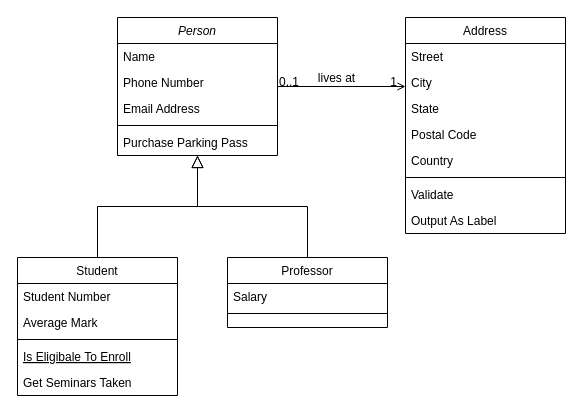
The draw.io diagram Untitled Diagram.drawio in Izzzarifah/Week2ClassDiagram, before the edit. Source tidied: cells renumbered, new cells numbered last; positions are measured from the earlier drawing's top-left corner, leaving out a move shared by most shapes. Both pictures are drawn from the tidied source at 100%, with x=0, y=0 at pixel (17, 17).
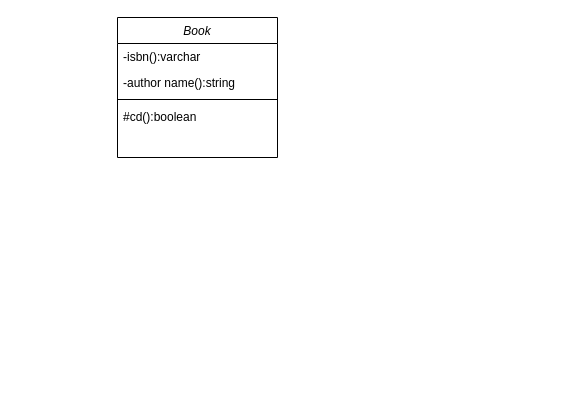
The same page after the edit.

Change to the diagram source:
```diff
@@
-    <mxCell id="2" value="Person" style="swimlane;fontStyle=2;align=center;verticalAlign=top;horizontal=1;startSize=26;rounded=0;shadow=0;strokeWidth=1;" parent="1" vertex="1">
-      <mxGeometry x="100" width="160" height="138" as="geometry" />
+    <mxCell id="2" value="Book" style="swimlane;fontStyle=2;align=center;verticalAlign=top;horizontal=1;startSize=26;rounded=0;shadow=0;strokeWidth=1;" parent="1" vertex="1">
+      <mxGeometry x="100" width="160" height="140" as="geometry" />
     </mxCell>
-    <mxCell id="3" value="Name" style="text;align=left;verticalAlign=top;spacingLeft=4;spacingRight=4;overflow=hidden;" parent="2" vertex="1">
+    <mxCell id="3" value="-isbn():varchar" style="text;align=left;verticalAlign=top;spacingLeft=4;spacingRight=4;overflow=hidden;" parent="2" vertex="1">
       <mxGeometry y="26" width="160" height="26" as="geometry" />
     </mxCell>
-    <mxCell id="4" value="Phone Number" style="text;align=left;verticalAlign=top;spacingLeft=4;spacingRight=4;overflow=hidden;rounded=0;shadow=0;html=0;" parent="2" vertex="1">
+    <mxCell id="4" value="-author name():string" style="text;align=left;verticalAlign=top;spacingLeft=4;spacingRight=4;overflow=hidden;rounded=0;shadow=0;html=0;" parent="2" vertex="1">
       <mxGeometry y="52" width="160" height="26" as="geometry" />
     </mxCell>
+    <mxCell id="6" style="line;html=1;strokeWidth=1;align=left;verticalAlign=middle;spacingTop=-1;spacingLeft=3;spacingRight=3;labelPosition=right;" parent="2" vertex="1">
+      <mxGeometry y="78" width="160" height="8" as="geometry" />
+    </mxCell>
-    <mxCell id="5" value="Email Address" style="text;align=left;verticalAlign=top;spacingLeft=4;spacingRight=4;overflow=hidden;rounded=0;shadow=0;html=0;" parent="2" vertex="1">
-      <mxGeometry y="78" width="160" height="26" as="geometry" />
+    <mxCell id="5" value="#cd():boolean" style="text;align=left;verticalAlign=top;spacingLeft=4;spacingRight=4;overflow=hidden;rounded=0;shadow=0;html=0;" parent="2" vertex="1">
+      <mxGeometry y="86" width="160" height="26" as="geometry" />
     </mxCell>
-    <mxCell id="6" style="line;html=1;strokeWidth=1;align=left;verticalAlign=middle;spacingTop=-1;spacingLeft=3;spacingRight=3;labelPosition=right;" parent="2" vertex="1">
-      <mxGeometry y="104" width="160" height="8" as="geometry" />
-    </mxCell>
-    <mxCell id="7" value="Purchase Parking Pass" style="text;align=left;verticalAlign=top;spacingLeft=4;spacingRight=4;overflow=hidden;" parent="2" vertex="1">
-      <mxGeometry y="112" width="160" height="26" as="geometry" />
-    </mxCell>
-    <mxCell id="8" value="Student" style="swimlane;fontStyle=0;align=center;verticalAlign=top;horizontal=1;startSize=26;rounded=0;shadow=0;strokeWidth=1;" parent="1" vertex="1">
-      <mxGeometry y="240" width="160" height="138" as="geometry" />
-    </mxCell>
-    <mxCell id="9" value="Student Number" style="text;align=left;verticalAlign=top;spacingLeft=4;spacingRight=4;overflow=hidden;" parent="8" vertex="1">
-      <mxGeometry y="26" width="160" height="26" as="geometry" />
-    </mxCell>
-    <mxCell id="10" value="Average Mark" style="text;align=left;verticalAlign=top;spacingLeft=4;spacingRight=4;overflow=hidden;rounded=0;shadow=0;html=0;" parent="8" vertex="1">
-      <mxGeometry y="52" width="160" height="26" as="geometry" />
-    </mxCell>
-    <mxCell id="11" style="line;html=1;strokeWidth=1;align=left;verticalAlign=middle;spacingTop=-1;spacingLeft=3;spacingRight=3;labelPosition=right;" parent="8" vertex="1">
-      <mxGeometry y="78" width="160" height="8" as="geometry" />
-    </mxCell>
-    <mxCell id="12" value="Is Eligibale To Enroll" style="text;align=left;verticalAlign=top;spacingLeft=4;spacingRight=4;overflow=hidden;fontStyle=4;" parent="8" vertex="1">
-      <mxGeometry y="86" width="160" height="26" as="geometry" />
-    </mxCell>
-    <mxCell id="13" value="Get Seminars Taken" style="text;align=left;verticalAlign=top;spacingLeft=4;spacingRight=4;overflow=hidden;" parent="8" vertex="1">
-      <mxGeometry y="112" width="160" height="26" as="geometry" />
-    </mxCell>
-    <mxCell id="14" style="endArrow=block;endSize=10;endFill=0;shadow=0;strokeWidth=1;rounded=0;edgeStyle=elbowEdgeStyle;elbow=vertical;" parent="1" edge="1" source="8" target="2">
-      <mxGeometry relative="1" as="geometry" />
-    </mxCell>
-    <mxCell id="15" value="Professor" style="swimlane;fontStyle=0;align=center;verticalAlign=top;horizontal=1;startSize=26;rounded=0;shadow=0;strokeWidth=1;" parent="1" vertex="1">
-      <mxGeometry x="210" y="240" width="160" height="70" as="geometry" />
-    </mxCell>
-    <mxCell id="16" value="Salary" style="text;align=left;verticalAlign=top;spacingLeft=4;spacingRight=4;overflow=hidden;" parent="15" vertex="1">
-      <mxGeometry y="26" width="160" height="26" as="geometry" />
-    </mxCell>
-    <mxCell id="17" style="line;html=1;strokeWidth=1;align=left;verticalAlign=middle;spacingTop=-1;spacingLeft=3;spacingRight=3;labelPosition=right;" parent="15" vertex="1">
-      <mxGeometry y="52" width="160" height="8" as="geometry" />
-    </mxCell>
-    <mxCell id="18" style="endArrow=block;endSize=10;endFill=0;shadow=0;strokeWidth=1;rounded=0;edgeStyle=elbowEdgeStyle;elbow=vertical;" parent="1" edge="1" source="15" target="2">
-      <mxGeometry relative="1" as="geometry" />
-    </mxCell>
-    <mxCell id="19" value="Address" style="swimlane;fontStyle=0;align=center;verticalAlign=top;horizontal=1;startSize=26;rounded=0;shadow=0;strokeWidth=1;" parent="1" vertex="1">
-      <mxGeometry x="388" width="160" height="216" as="geometry" />
-    </mxCell>
-    <mxCell id="20" value="Street" style="text;align=left;verticalAlign=top;spacingLeft=4;spacingRight=4;overflow=hidden;" parent="19" vertex="1">
-      <mxGeometry y="26" width="160" height="26" as="geometry" />
-    </mxCell>
-    <mxCell id="21" value="City" style="text;align=left;verticalAlign=top;spacingLeft=4;spacingRight=4;overflow=hidden;rounded=0;shadow=0;html=0;" parent="19" vertex="1">
-      <mxGeometry y="52" width="160" height="26" as="geometry" />
-    </mxCell>
-    <mxCell id="22" value="State" style="text;align=left;verticalAlign=top;spacingLeft=4;spacingRight=4;overflow=hidden;rounded=0;shadow=0;html=0;" parent="19" vertex="1">
-      <mxGeometry y="78" width="160" height="26" as="geometry" />
-    </mxCell>
-    <mxCell id="23" value="Postal Code" style="text;align=left;verticalAlign=top;spacingLeft=4;spacingRight=4;overflow=hidden;rounded=0;shadow=0;html=0;" parent="19" vertex="1">
-      <mxGeometry y="104" width="160" height="26" as="geometry" />
-    </mxCell>
-    <mxCell id="24" value="Country" style="text;align=left;verticalAlign=top;spacingLeft=4;spacingRight=4;overflow=hidden;rounded=0;shadow=0;html=0;" parent="19" vertex="1">
-      <mxGeometry y="130" width="160" height="26" as="geometry" />
-    </mxCell>
-    <mxCell id="25" style="line;html=1;strokeWidth=1;align=left;verticalAlign=middle;spacingTop=-1;spacingLeft=3;spacingRight=3;labelPosition=right;" parent="19" vertex="1">
-      <mxGeometry y="156" width="160" height="8" as="geometry" />
-    </mxCell>
-    <mxCell id="26" value="Validate" style="text;align=left;verticalAlign=top;spacingLeft=4;spacingRight=4;overflow=hidden;" parent="19" vertex="1">
-      <mxGeometry y="164" width="160" height="26" as="geometry" />
-    </mxCell>
-    <mxCell id="27" value="Output As Label" style="text;align=left;verticalAlign=top;spacingLeft=4;spacingRight=4;overflow=hidden;" parent="19" vertex="1">
-      <mxGeometry y="190" width="160" height="26" as="geometry" />
-    </mxCell>
-    <mxCell id="28" style="endArrow=open;shadow=0;strokeWidth=1;rounded=0;endFill=1;edgeStyle=elbowEdgeStyle;elbow=vertical;" parent="1" edge="1" source="2" target="19">
-      <mxGeometry x="0.5" y="41" relative="1" as="geometry">
-        <mxPoint x="-40" y="32" as="offset" />
-      </mxGeometry>
-    </mxCell>
-    <mxCell id="29" value="0..1" style="align=left;verticalAlign=bottom;labelBackgroundColor=none;fontSize=12;" parent="28" vertex="1">
-      <mxGeometry x="-1" relative="1" as="geometry">
-        <mxPoint y="4" as="offset" />
-      </mxGeometry>
-    </mxCell>
-    <mxCell id="30" value="1" style="align=right;verticalAlign=bottom;labelBackgroundColor=none;fontSize=12;" parent="28" vertex="1">
-      <mxGeometry x="1" relative="1" as="geometry">
-        <mxPoint x="-7" y="4" as="offset" />
-      </mxGeometry>
-    </mxCell>
-    <mxCell id="31" value="lives at" style="text;html=1;align=center;verticalAlign=middle;labelBackgroundColor=none;rounded=0;shadow=0;strokeWidth=1;fontSize=12;" parent="28" vertex="1">
-      <mxGeometry x="0.5" y="49" relative="1" as="geometry">
-        <mxPoint x="-38" y="40" as="offset" />
-      </mxGeometry>
-    </mxCell>
```
